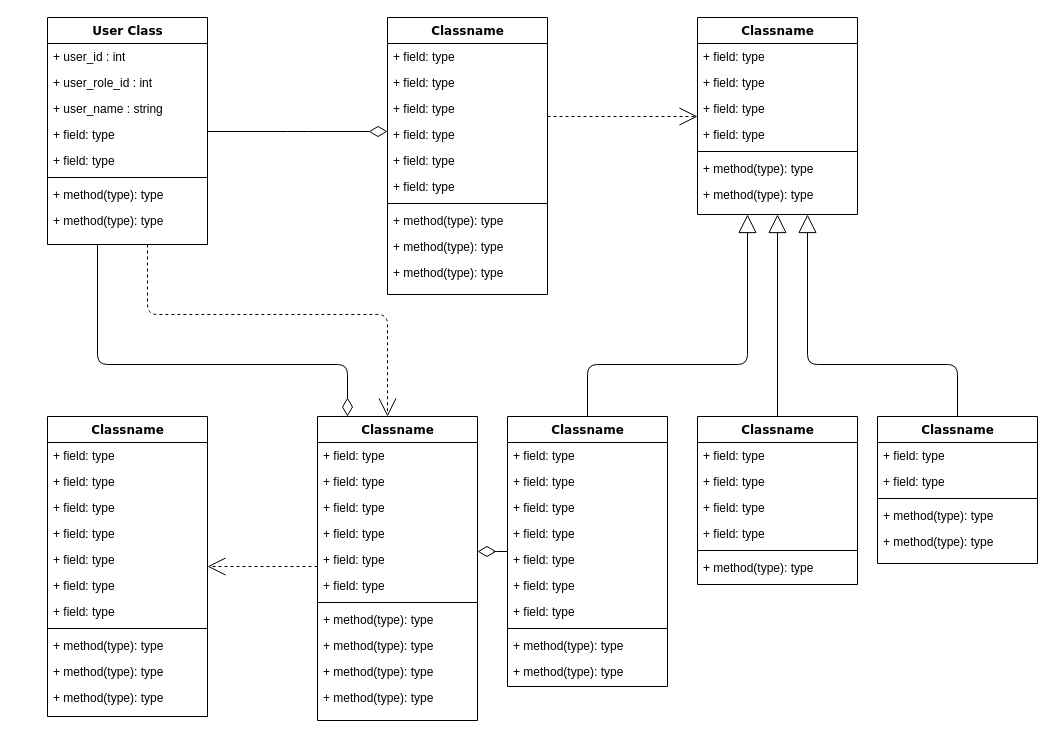
The draw.io diagram Diagrams/Class Diagram.drawio in JoanLushi22/ReceptionApp, before the edit. Source tidied: cells renumbered, new cells numbered last; positions are measured from the earlier drawing's top-left corner, leaving out a move shared by most shapes. Both pictures are drawn from the tidied source at 100%, with x=0, y=0 at pixel (47, 17).
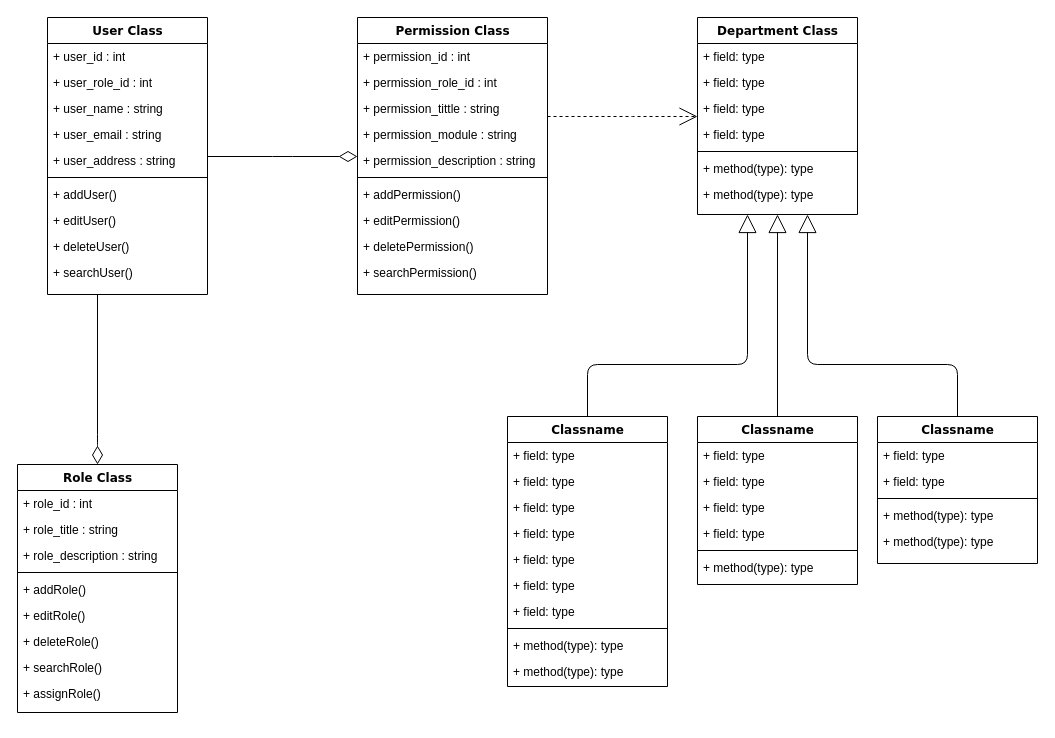
The same page after the edit.

Unchanged cells that the change refers to:
```xml
<mxCell id="60" value="Classname" style="swimlane;html=1;fontStyle=1;align=center;verticalAlign=top;horizontal=1;startSize=26;swimlaneFillColor=#ffffff;rounded=0;shadow=0;comic=0;labelBackgroundColor=none;strokeWidth=1;fillColor=none;fontFamily=Verdana;fontSize=12;" parent="1" vertex="1">
  <mxGeometry x="460" y="399" width="160" height="270" as="geometry" />
</mxCell>
```

What changed in the source:
```diff
@@
-    <mxCell id="2" style="edgeStyle=orthogonalEdgeStyle;html=1;labelBackgroundColor=none;startFill=0;startSize=8;endArrow=open;endFill=0;endSize=16;fontFamily=Verdana;fontSize=12;dashed=1;" parent="1" edge="1" source="4" target="47">
-      <mxGeometry relative="1" as="geometry">
-        <Array as="points">
-          <mxPoint x="100" y="297" />
-          <mxPoint x="340" y="297" />
-        </Array>
-      </mxGeometry>
-    </mxCell>
-    <mxCell id="3" style="edgeStyle=orthogonalEdgeStyle;html=1;labelBackgroundColor=none;startFill=0;startSize=8;endArrow=diamondThin;endFill=0;endSize=16;fontFamily=Verdana;fontSize=12;" parent="1" edge="1" source="4" target="47">
+    <mxCell id="3" style="edgeStyle=orthogonalEdgeStyle;html=1;labelBackgroundColor=none;startFill=0;startSize=8;endArrow=diamondThin;endFill=0;endSize=16;fontFamily=Verdana;fontSize=12;entryX=0.5;entryY=0;entryDx=0;entryDy=0;" parent="1" edge="1" source="4" target="47">
       <mxGeometry relative="1" as="geometry">
         <Array as="points">
-          <mxPoint x="50" y="347" />
-          <mxPoint x="300" y="347" />
+          <mxPoint x="50" y="427" />
+          <mxPoint x="50" y="427" />
         </Array>
       </mxGeometry>
     </mxCell>
     <mxCell id="4" value="User Class" style="swimlane;html=1;fontStyle=1;align=center;verticalAlign=top;horizontal=1;startSize=26;swimlaneFillColor=#ffffff;rounded=0;shadow=0;comic=0;labelBackgroundColor=none;strokeWidth=1;fillColor=none;fontFamily=Verdana;fontSize=12;" parent="1" vertex="1">
-      <mxGeometry width="160" height="227" as="geometry" />
+      <mxGeometry width="160" height="277" as="geometry" />
     </mxCell>
@@
-    <mxCell id="8" value="+ field: type" style="text;html=1;strokeColor=none;fillColor=none;align=left;verticalAlign=top;spacingLeft=4;spacingRight=4;whiteSpace=wrap;overflow=hidden;" parent="4" vertex="1">
+    <mxCell id="8" value="+ user_email : string" style="text;html=1;strokeColor=none;fillColor=none;align=left;verticalAlign=top;spacingLeft=4;spacingRight=4;whiteSpace=wrap;overflow=hidden;" parent="4" vertex="1">
       <mxGeometry y="104" width="160" height="26" as="geometry" />
     </mxCell>
-    <mxCell id="9" value="+ field: type" style="text;html=1;strokeColor=none;fillColor=none;align=left;verticalAlign=top;spacingLeft=4;spacingRight=4;whiteSpace=wrap;overflow=hidden;" parent="4" vertex="1">
+    <mxCell id="9" value="+ user_address : string" style="text;html=1;strokeColor=none;fillColor=none;align=left;verticalAlign=top;spacingLeft=4;spacingRight=4;whiteSpace=wrap;overflow=hidden;" parent="4" vertex="1">
       <mxGeometry y="130" width="160" height="26" as="geometry" />
     </mxCell>
@@
-    <mxCell id="11" value="+ method(type): type" style="text;html=1;strokeColor=none;fillColor=none;align=left;verticalAlign=top;spacingLeft=4;spacingRight=4;whiteSpace=wrap;overflow=hidden;" parent="4" vertex="1">
+    <mxCell id="11" value="+ addUser()" style="text;html=1;strokeColor=none;fillColor=none;align=left;verticalAlign=top;spacingLeft=4;spacingRight=4;whiteSpace=wrap;overflow=hidden;" parent="4" vertex="1">
       <mxGeometry y="164" width="160" height="26" as="geometry" />
     </mxCell>
-    <mxCell id="12" value="+ method(type): type" style="text;html=1;strokeColor=none;fillColor=none;align=left;verticalAlign=top;spacingLeft=4;spacingRight=4;whiteSpace=wrap;overflow=hidden;" parent="4" vertex="1">
+    <mxCell id="12" value="+ editUser()" style="text;html=1;strokeColor=none;fillColor=none;align=left;verticalAlign=top;spacingLeft=4;spacingRight=4;whiteSpace=wrap;overflow=hidden;" parent="4" vertex="1">
       <mxGeometry y="190" width="160" height="26" as="geometry" />
     </mxCell>
+    <mxCell id="87" value="+ deleteUser()" style="text;html=1;strokeColor=none;fillColor=none;align=left;verticalAlign=top;spacingLeft=4;spacingRight=4;whiteSpace=wrap;overflow=hidden;" parent="4" vertex="1">
+      <mxGeometry y="216" width="160" height="26" as="geometry" />
+    </mxCell>
+    <mxCell id="88" value="+ searchUser()" style="text;html=1;strokeColor=none;fillColor=none;align=left;verticalAlign=top;spacingLeft=4;spacingRight=4;whiteSpace=wrap;overflow=hidden;" parent="4" vertex="1">
+      <mxGeometry y="242" width="160" height="26" as="geometry" />
+    </mxCell>
@@
-    <mxCell id="14" value="Classname" style="swimlane;html=1;fontStyle=1;align=center;verticalAlign=top;horizontal=1;startSize=26;swimlaneFillColor=#ffffff;rounded=0;shadow=0;comic=0;labelBackgroundColor=none;strokeWidth=1;fillColor=none;fontFamily=Verdana;fontSize=12;" parent="1" vertex="1">
-      <mxGeometry x="340" width="160" height="277" as="geometry" />
+    <mxCell id="14" value="Permission Class" style="swimlane;html=1;fontStyle=1;align=center;verticalAlign=top;horizontal=1;startSize=26;swimlaneFillColor=#ffffff;rounded=0;shadow=0;comic=0;labelBackgroundColor=none;strokeWidth=1;fillColor=none;fontFamily=Verdana;fontSize=12;" parent="1" vertex="1">
+      <mxGeometry x="310" width="190" height="277" as="geometry" />
     </mxCell>
-    <mxCell id="15" value="+ field: type" style="text;html=1;strokeColor=none;fillColor=none;align=left;verticalAlign=top;spacingLeft=4;spacingRight=4;whiteSpace=wrap;overflow=hidden;" parent="14" vertex="1">
-      <mxGeometry y="26" width="160" height="26" as="geometry" />
+    <mxCell id="15" value="+ permission_id : int" style="text;html=1;strokeColor=none;fillColor=none;align=left;verticalAlign=top;spacingLeft=4;spacingRight=4;whiteSpace=wrap;overflow=hidden;" parent="14" vertex="1">
+      <mxGeometry y="26" width="190" height="26" as="geometry" />
     </mxCell>
-    <mxCell id="16" value="+ field: type" style="text;html=1;strokeColor=none;fillColor=none;align=left;verticalAlign=top;spacingLeft=4;spacingRight=4;whiteSpace=wrap;overflow=hidden;" parent="14" vertex="1">
-      <mxGeometry y="52" width="160" height="26" as="geometry" />
+    <mxCell id="16" value="+ permission_role_id : int" style="text;html=1;strokeColor=none;fillColor=none;align=left;verticalAlign=top;spacingLeft=4;spacingRight=4;whiteSpace=wrap;overflow=hidden;" parent="14" vertex="1">
+      <mxGeometry y="52" width="190" height="26" as="geometry" />
     </mxCell>
-    <mxCell id="17" value="+ field: type" style="text;html=1;strokeColor=none;fillColor=none;align=left;verticalAlign=top;spacingLeft=4;spacingRight=4;whiteSpace=wrap;overflow=hidden;" parent="14" vertex="1">
-      <mxGeometry y="78" width="160" height="26" as="geometry" />
+    <mxCell id="17" value="+ permission_tittle : string" style="text;html=1;strokeColor=none;fillColor=none;align=left;verticalAlign=top;spacingLeft=4;spacingRight=4;whiteSpace=wrap;overflow=hidden;" parent="14" vertex="1">
+      <mxGeometry y="78" width="190" height="26" as="geometry" />
     </mxCell>
-    <mxCell id="18" value="+ field: type" style="text;html=1;strokeColor=none;fillColor=none;align=left;verticalAlign=top;spacingLeft=4;spacingRight=4;whiteSpace=wrap;overflow=hidden;" parent="14" vertex="1">
-      <mxGeometry y="104" width="160" height="26" as="geometry" />
+    <mxCell id="18" value="+ permission_module : string" style="text;html=1;strokeColor=none;fillColor=none;align=left;verticalAlign=top;spacingLeft=4;spacingRight=4;whiteSpace=wrap;overflow=hidden;" parent="14" vertex="1">
+      <mxGeometry y="104" width="190" height="26" as="geometry" />
     </mxCell>
-    <mxCell id="19" value="+ field: type" style="text;html=1;strokeColor=none;fillColor=none;align=left;verticalAlign=top;spacingLeft=4;spacingRight=4;whiteSpace=wrap;overflow=hidden;" parent="14" vertex="1">
-      <mxGeometry y="130" width="160" height="26" as="geometry" />
+    <mxCell id="19" value="+ permission_description : string" style="text;html=1;strokeColor=none;fillColor=none;align=left;verticalAlign=top;spacingLeft=4;spacingRight=4;whiteSpace=wrap;overflow=hidden;" parent="14" vertex="1">
+      <mxGeometry y="130" width="190" height="26" as="geometry" />
     </mxCell>
-    <mxCell id="20" value="+ field: type" style="text;html=1;strokeColor=none;fillColor=none;align=left;verticalAlign=top;spacingLeft=4;spacingRight=4;whiteSpace=wrap;overflow=hidden;" parent="14" vertex="1">
-      <mxGeometry y="156" width="160" height="26" as="geometry" />
-    </mxCell>
     <mxCell id="21" style="line;html=1;strokeWidth=1;fillColor=none;align=left;verticalAlign=middle;spacingTop=-1;spacingLeft=3;spacingRight=3;labelPosition=right;" parent="14" vertex="1">
-      <mxGeometry y="182" width="160" height="8" as="geometry" />
+      <mxGeometry y="156" width="190" height="8" as="geometry" />
     </mxCell>
-    <mxCell id="22" value="+ method(type): type" style="text;html=1;strokeColor=none;fillColor=none;align=left;verticalAlign=top;spacingLeft=4;spacingRight=4;whiteSpace=wrap;overflow=hidden;" parent="14" vertex="1">
-      <mxGeometry y="190" width="160" height="26" as="geometry" />
+    <mxCell id="22" value="+ addPermission()" style="text;html=1;strokeColor=none;fillColor=none;align=left;verticalAlign=top;spacingLeft=4;spacingRight=4;whiteSpace=wrap;overflow=hidden;" parent="14" vertex="1">
+      <mxGeometry y="164" width="190" height="26" as="geometry" />
     </mxCell>
-    <mxCell id="23" value="+ method(type): type" style="text;html=1;strokeColor=none;fillColor=none;align=left;verticalAlign=top;spacingLeft=4;spacingRight=4;whiteSpace=wrap;overflow=hidden;" parent="14" vertex="1">
-      <mxGeometry y="216" width="160" height="26" as="geometry" />
+    <mxCell id="23" value="+ editPermission()" style="text;html=1;strokeColor=none;fillColor=none;align=left;verticalAlign=top;spacingLeft=4;spacingRight=4;whiteSpace=wrap;overflow=hidden;" parent="14" vertex="1">
+      <mxGeometry y="190" width="190" height="26" as="geometry" />
     </mxCell>
-    <mxCell id="24" value="+ method(type): type" style="text;html=1;strokeColor=none;fillColor=none;align=left;verticalAlign=top;spacingLeft=4;spacingRight=4;whiteSpace=wrap;overflow=hidden;" parent="14" vertex="1">
-      <mxGeometry y="242" width="160" height="26" as="geometry" />
+    <mxCell id="24" value="+ deletePermission()" style="text;html=1;strokeColor=none;fillColor=none;align=left;verticalAlign=top;spacingLeft=4;spacingRight=4;whiteSpace=wrap;overflow=hidden;" parent="14" vertex="1">
+      <mxGeometry y="216" width="190" height="26" as="geometry" />
     </mxCell>
+    <mxCell id="89" value="+ searchPermission()" style="text;html=1;strokeColor=none;fillColor=none;align=left;verticalAlign=top;spacingLeft=4;spacingRight=4;whiteSpace=wrap;overflow=hidden;" parent="14" vertex="1">
+      <mxGeometry y="242" width="190" height="26" as="geometry" />
+    </mxCell>
-    <mxCell id="25" value="Classname" style="swimlane;html=1;fontStyle=1;align=center;verticalAlign=top;horizontal=1;startSize=26;swimlaneFillColor=#ffffff;rounded=0;shadow=0;comic=0;labelBackgroundColor=none;strokeWidth=1;fillColor=none;fontFamily=Verdana;fontSize=12;" parent="1" vertex="1">
+    <mxCell id="25" value="Department Class" style="swimlane;html=1;fontStyle=1;align=center;verticalAlign=top;horizontal=1;startSize=26;swimlaneFillColor=#ffffff;rounded=0;shadow=0;comic=0;labelBackgroundColor=none;strokeWidth=1;fillColor=none;fontFamily=Verdana;fontSize=12;" parent="1" vertex="1">
       <mxGeometry x="650" width="160" height="197" as="geometry" />
     </mxCell>
@@
-    <mxCell id="33" style="edgeStyle=elbowEdgeStyle;html=1;labelBackgroundColor=none;startFill=0;startSize=8;endArrow=open;endFill=0;endSize=16;fontFamily=Verdana;fontSize=12;elbow=vertical;dashed=1;" parent="1" edge="1" source="47" target="34">
-      <mxGeometry relative="1" as="geometry" />
-    </mxCell>
-    <mxCell id="34" value="Classname" style="swimlane;html=1;fontStyle=1;align=center;verticalAlign=top;horizontal=1;startSize=26;swimlaneFillColor=#ffffff;rounded=0;shadow=0;comic=0;labelBackgroundColor=none;strokeWidth=1;fillColor=none;fontFamily=Verdana;fontSize=12;" parent="1" vertex="1">
-      <mxGeometry y="399" width="160" height="300" as="geometry" />
-    </mxCell>
-    <mxCell id="35" value="+ field: type" style="text;html=1;strokeColor=none;fillColor=none;align=left;verticalAlign=top;spacingLeft=4;spacingRight=4;whiteSpace=wrap;overflow=hidden;" parent="34" vertex="1">
-      <mxGeometry y="26" width="160" height="26" as="geometry" />
-    </mxCell>
-    <mxCell id="36" value="+ field: type" style="text;html=1;strokeColor=none;fillColor=none;align=left;verticalAlign=top;spacingLeft=4;spacingRight=4;whiteSpace=wrap;overflow=hidden;" parent="34" vertex="1">
-      <mxGeometry y="52" width="160" height="26" as="geometry" />
-    </mxCell>
-    <mxCell id="37" value="+ field: type" style="text;html=1;strokeColor=none;fillColor=none;align=left;verticalAlign=top;spacingLeft=4;spacingRight=4;whiteSpace=wrap;overflow=hidden;" parent="34" vertex="1">
-      <mxGeometry y="78" width="160" height="26" as="geometry" />
-    </mxCell>
-    <mxCell id="38" value="+ field: type" style="text;html=1;strokeColor=none;fillColor=none;align=left;verticalAlign=top;spacingLeft=4;spacingRight=4;whiteSpace=wrap;overflow=hidden;" parent="34" vertex="1">
-      <mxGeometry y="104" width="160" height="26" as="geometry" />
-    </mxCell>
-    <mxCell id="39" value="+ field: type" style="text;html=1;strokeColor=none;fillColor=none;align=left;verticalAlign=top;spacingLeft=4;spacingRight=4;whiteSpace=wrap;overflow=hidden;" parent="34" vertex="1">
-      <mxGeometry y="130" width="160" height="26" as="geometry" />
-    </mxCell>
-    <mxCell id="40" value="+ field: type" style="text;html=1;strokeColor=none;fillColor=none;align=left;verticalAlign=top;spacingLeft=4;spacingRight=4;whiteSpace=wrap;overflow=hidden;" parent="34" vertex="1">
-      <mxGeometry y="156" width="160" height="26" as="geometry" />
-    </mxCell>
-    <mxCell id="41" value="+ field: type" style="text;html=1;strokeColor=none;fillColor=none;align=left;verticalAlign=top;spacingLeft=4;spacingRight=4;whiteSpace=wrap;overflow=hidden;" parent="34" vertex="1">
-      <mxGeometry y="182" width="160" height="26" as="geometry" />
-    </mxCell>
-    <mxCell id="42" style="line;html=1;strokeWidth=1;fillColor=none;align=left;verticalAlign=middle;spacingTop=-1;spacingLeft=3;spacingRight=3;labelPosition=right;" parent="34" vertex="1">
-      <mxGeometry y="208" width="160" height="8" as="geometry" />
-    </mxCell>
-    <mxCell id="43" value="+ method(type): type" style="text;html=1;strokeColor=none;fillColor=none;align=left;verticalAlign=top;spacingLeft=4;spacingRight=4;whiteSpace=wrap;overflow=hidden;" parent="34" vertex="1">
-      <mxGeometry y="216" width="160" height="26" as="geometry" />
-    </mxCell>
-    <mxCell id="44" value="+ method(type): type" style="text;html=1;strokeColor=none;fillColor=none;align=left;verticalAlign=top;spacingLeft=4;spacingRight=4;whiteSpace=wrap;overflow=hidden;" parent="34" vertex="1">
-      <mxGeometry y="242" width="160" height="26" as="geometry" />
-    </mxCell>
-    <mxCell id="45" value="+ method(type): type" style="text;html=1;strokeColor=none;fillColor=none;align=left;verticalAlign=top;spacingLeft=4;spacingRight=4;whiteSpace=wrap;overflow=hidden;" parent="34" vertex="1">
-      <mxGeometry y="268" width="160" height="26" as="geometry" />
-    </mxCell>
-    <mxCell id="46" style="edgeStyle=elbowEdgeStyle;html=1;labelBackgroundColor=none;startFill=0;startSize=8;endArrow=diamondThin;endFill=0;endSize=16;fontFamily=Verdana;fontSize=12;elbow=vertical;" parent="1" edge="1" source="60" target="47">
-      <mxGeometry relative="1" as="geometry" />
-    </mxCell>
-    <mxCell id="47" value="Classname" style="swimlane;html=1;fontStyle=1;align=center;verticalAlign=top;horizontal=1;startSize=26;swimlaneFillColor=#ffffff;rounded=0;shadow=0;comic=0;labelBackgroundColor=none;strokeWidth=1;fillColor=none;fontFamily=Verdana;fontSize=12;" parent="1" vertex="1">
-      <mxGeometry x="270" y="399" width="160" height="304" as="geometry" />
+    <mxCell id="47" value="Role Class" style="swimlane;html=1;fontStyle=1;align=center;verticalAlign=top;horizontal=1;startSize=26;swimlaneFillColor=#ffffff;rounded=0;shadow=0;comic=0;labelBackgroundColor=none;strokeWidth=1;fillColor=none;fontFamily=Verdana;fontSize=12;" parent="1" vertex="1">
+      <mxGeometry x="-30" y="447" width="160" height="248" as="geometry" />
     </mxCell>
-    <mxCell id="48" value="+ field: type" style="text;html=1;strokeColor=none;fillColor=none;align=left;verticalAlign=top;spacingLeft=4;spacingRight=4;whiteSpace=wrap;overflow=hidden;" parent="47" vertex="1">
+    <mxCell id="48" value="+ role_id : int" style="text;html=1;strokeColor=none;fillColor=none;align=left;verticalAlign=top;spacingLeft=4;spacingRight=4;whiteSpace=wrap;overflow=hidden;" parent="47" vertex="1">
       <mxGeometry y="26" width="160" height="26" as="geometry" />
     </mxCell>
-    <mxCell id="49" value="+ field: type" style="text;html=1;strokeColor=none;fillColor=none;align=left;verticalAlign=top;spacingLeft=4;spacingRight=4;whiteSpace=wrap;overflow=hidden;" parent="47" vertex="1">
+    <mxCell id="49" value="+ role_title : string" style="text;html=1;strokeColor=none;fillColor=none;align=left;verticalAlign=top;spacingLeft=4;spacingRight=4;whiteSpace=wrap;overflow=hidden;" parent="47" vertex="1">
       <mxGeometry y="52" width="160" height="26" as="geometry" />
     </mxCell>
-    <mxCell id="50" value="+ field: type" style="text;html=1;strokeColor=none;fillColor=none;align=left;verticalAlign=top;spacingLeft=4;spacingRight=4;whiteSpace=wrap;overflow=hidden;" parent="47" vertex="1">
+    <mxCell id="50" value="+ role_description : string" style="text;html=1;strokeColor=none;fillColor=none;align=left;verticalAlign=top;spacingLeft=4;spacingRight=4;whiteSpace=wrap;overflow=hidden;" parent="47" vertex="1">
       <mxGeometry y="78" width="160" height="26" as="geometry" />
     </mxCell>
-    <mxCell id="51" value="+ field: type" style="text;html=1;strokeColor=none;fillColor=none;align=left;verticalAlign=top;spacingLeft=4;spacingRight=4;whiteSpace=wrap;overflow=hidden;" parent="47" vertex="1">
-      <mxGeometry y="104" width="160" height="26" as="geometry" />
-    </mxCell>
-    <mxCell id="52" value="+ field: type" style="text;html=1;strokeColor=none;fillColor=none;align=left;verticalAlign=top;spacingLeft=4;spacingRight=4;whiteSpace=wrap;overflow=hidden;" parent="47" vertex="1">
-      <mxGeometry y="130" width="160" height="26" as="geometry" />
-    </mxCell>
-    <mxCell id="53" value="+ field: type" style="text;html=1;strokeColor=none;fillColor=none;align=left;verticalAlign=top;spacingLeft=4;spacingRight=4;whiteSpace=wrap;overflow=hidden;" parent="47" vertex="1">
-      <mxGeometry y="156" width="160" height="26" as="geometry" />
-    </mxCell>
     <mxCell id="54" style="line;html=1;strokeWidth=1;fillColor=none;align=left;verticalAlign=middle;spacingTop=-1;spacingLeft=3;spacingRight=3;labelPosition=right;" parent="47" vertex="1">
-      <mxGeometry y="182" width="160" height="8" as="geometry" />
+      <mxGeometry y="104" width="160" height="8" as="geometry" />
     </mxCell>
-    <mxCell id="55" value="+ method(type): type" style="text;html=1;strokeColor=none;fillColor=none;align=left;verticalAlign=top;spacingLeft=4;spacingRight=4;whiteSpace=wrap;overflow=hidden;" parent="47" vertex="1">
-      <mxGeometry y="190" width="160" height="26" as="geometry" />
+    <mxCell id="55" value="+ addRole()" style="text;html=1;strokeColor=none;fillColor=none;align=left;verticalAlign=top;spacingLeft=4;spacingRight=4;whiteSpace=wrap;overflow=hidden;" parent="47" vertex="1">
+      <mxGeometry y="112" width="160" height="26" as="geometry" />
     </mxCell>
-    <mxCell id="56" value="+ method(type): type" style="text;html=1;strokeColor=none;fillColor=none;align=left;verticalAlign=top;spacingLeft=4;spacingRight=4;whiteSpace=wrap;overflow=hidden;" parent="47" vertex="1">
-      <mxGeometry y="216" width="160" height="26" as="geometry" />
+    <mxCell id="56" value="+ editRole()" style="text;html=1;strokeColor=none;fillColor=none;align=left;verticalAlign=top;spacingLeft=4;spacingRight=4;whiteSpace=wrap;overflow=hidden;" parent="47" vertex="1">
+      <mxGeometry y="138" width="160" height="26" as="geometry" />
     </mxCell>
-    <mxCell id="57" value="+ method(type): type" style="text;html=1;strokeColor=none;fillColor=none;align=left;verticalAlign=top;spacingLeft=4;spacingRight=4;whiteSpace=wrap;overflow=hidden;" parent="47" vertex="1">
-      <mxGeometry y="242" width="160" height="26" as="geometry" />
+    <mxCell id="57" value="+ deleteRole()" style="text;html=1;strokeColor=none;fillColor=none;align=left;verticalAlign=top;spacingLeft=4;spacingRight=4;whiteSpace=wrap;overflow=hidden;" parent="47" vertex="1">
+      <mxGeometry y="164" width="160" height="26" as="geometry" />
     </mxCell>
-    <mxCell id="58" value="+ method(type): type" style="text;html=1;strokeColor=none;fillColor=none;align=left;verticalAlign=top;spacingLeft=4;spacingRight=4;whiteSpace=wrap;overflow=hidden;" parent="47" vertex="1">
-      <mxGeometry y="268" width="160" height="26" as="geometry" />
+    <mxCell id="58" value="+ searchRole()" style="text;html=1;strokeColor=none;fillColor=none;align=left;verticalAlign=top;spacingLeft=4;spacingRight=4;whiteSpace=wrap;overflow=hidden;" parent="47" vertex="1">
+      <mxGeometry y="190" width="160" height="26" as="geometry" />
     </mxCell>
+    <mxCell id="90" value="+ assignRole()" style="text;html=1;strokeColor=none;fillColor=none;align=left;verticalAlign=top;spacingLeft=4;spacingRight=4;whiteSpace=wrap;overflow=hidden;" parent="47" vertex="1">
+      <mxGeometry y="216" width="160" height="26" as="geometry" />
+    </mxCell>
```
